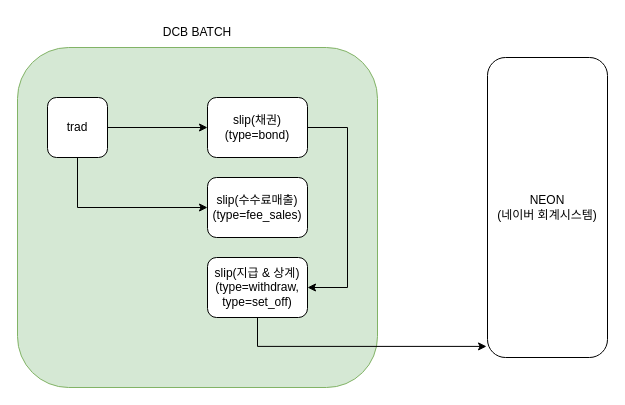
The draw.io diagram 정산.drawio in corns90/drawio, before the edit. Source tidied: cells renumbered, new cells numbered last; positions are measured from the earlier drawing's top-left corner, leaving out a move shared by most shapes. Both pictures are drawn from the tidied source at 100%, with x=0, y=0 at pixel (17, 17).
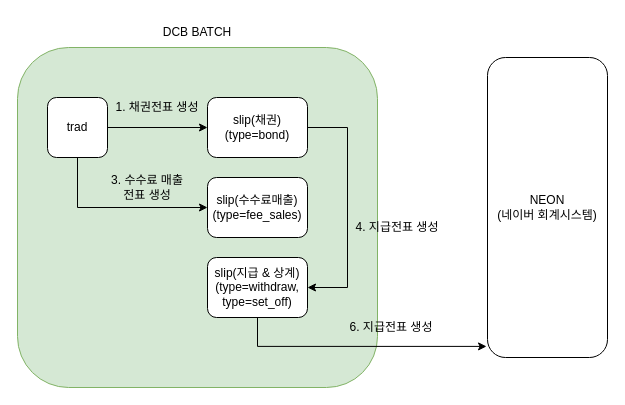
The same page after the edit.

Commit message (it also covers changes not shown here):
정산.drawio 업데이트

The edit, as a diff of the source:
```diff
@@
+    <mxCell id="13" value="1. 채권전표 생성" style="text;html=1;strokeColor=none;fillColor=none;align=center;verticalAlign=middle;whiteSpace=wrap;rounded=0;" parent="1" vertex="1">
+      <mxGeometry x="90" y="80" width="100" height="20" as="geometry" />
+    </mxCell>
+    <mxCell id="14" value="3. 수수료 매출 &lt;br&gt;전표 생성" style="text;html=1;strokeColor=none;fillColor=none;align=center;verticalAlign=middle;whiteSpace=wrap;rounded=0;" parent="1" vertex="1">
+      <mxGeometry x="80" y="160" width="100" height="20" as="geometry" />
+    </mxCell>
+    <mxCell id="15" value="4. 지급전표 생성" style="text;html=1;strokeColor=none;fillColor=none;align=center;verticalAlign=middle;whiteSpace=wrap;rounded=0;" parent="1" vertex="1">
+      <mxGeometry x="330" y="200" width="100" height="20" as="geometry" />
+    </mxCell>
+    <mxCell id="16" value="6. 지급전표 생성" style="text;html=1;strokeColor=none;fillColor=none;align=center;verticalAlign=middle;whiteSpace=wrap;rounded=0;" parent="1" vertex="1">
+      <mxGeometry x="324" y="300" width="100" height="20" as="geometry" />
+    </mxCell>
```
